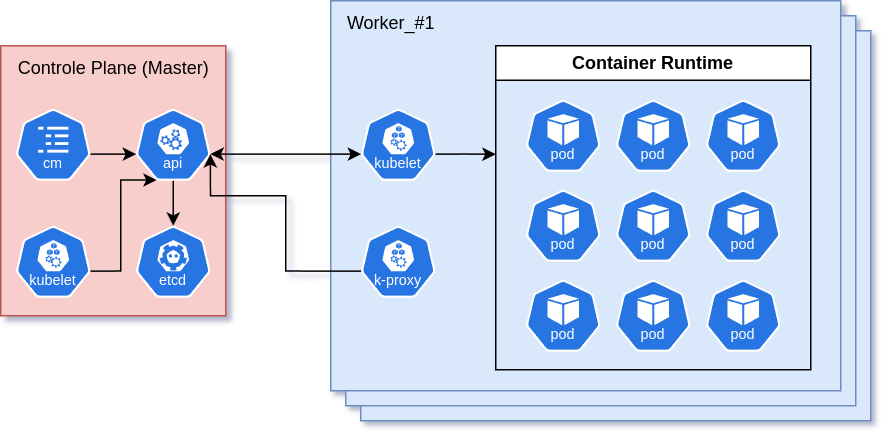
Before: Study/k8s/image/쿠버네티스 기본 구성.png, a diagram exported from draw.io (byounghak36/study). Source tidied: cells renumbered, new cells last; positions are measured from the earlier drawing's top-left corner, leaving out a move shared by most shapes.
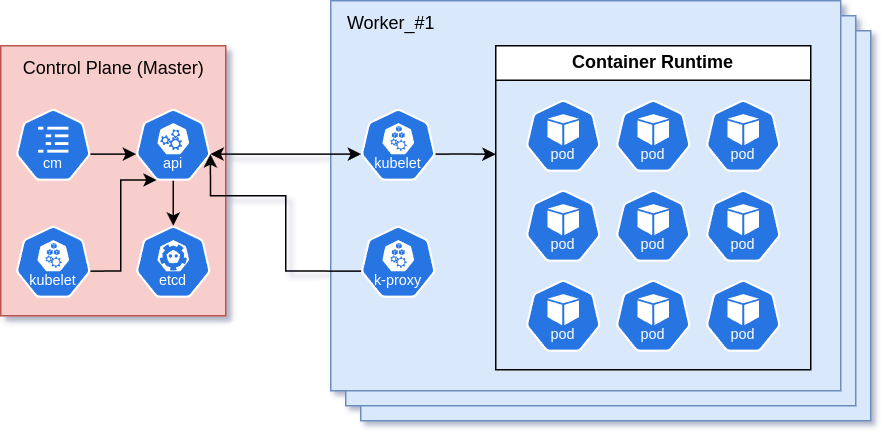
After the commit.

What changed in the source:
```diff
@@ -87,8 +87,8 @@
     <mxCell id="25" style="endArrow=classic;startArrow=classic;html=1;rounded=0;exitX=0.995;exitY=0.63;exitDx=0;exitDy=0;exitPerimeter=0;entryX=0.005;entryY=0.63;entryDx=0;entryDy=0;entryPerimeter=0;" parent="1" edge="1" source="9" target="12">
       <mxGeometry relative="1" as="geometry" />
     </mxCell>
-    <mxCell id="26" value="Controle Plane (Master)" style="text;html=1;align=center;verticalAlign=middle;strokeColor=none;fillColor=none;" parent="1" vertex="1">
-      <mxGeometry y="30" width="150" height="30" as="geometry" />
+    <mxCell id="26" value="Control Plane (Master)" style="text;html=1;align=center;verticalAlign=middle;strokeColor=none;fillColor=none;" parent="1" vertex="1">
+      <mxGeometry x="5" y="30" width="140" height="30" as="geometry" />
     </mxCell>
     <mxCell id="27" value="Worker_#1" style="text;html=1;align=center;verticalAlign=middle;strokeColor=none;fillColor=none;" parent="1" vertex="1">
       <mxGeometry x="220" width="80" height="30" as="geometry" />
```
